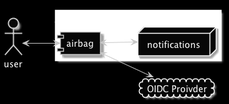
Above: slides/airbag.png in Yshayy/not-my-problem-talk (PlantUML), before the change. Source of this version:
```plantuml
@startuml
skinparam monochrome reverse
left to right direction
actor user

cloud "OIDC Proivder" as IP

frame notificationsPod {
    node notifications
    component "airbag" as airbag
}

airbag <--> IP
user <--> airbag
airbag <--> notifications
@enduml
```
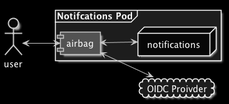
Above is the later version.

Change to the diagram source:
```diff
@@ -1,11 +1,22 @@
 @startuml
 skinparam monochrome reverse
+skinparam frame {
+    backgroundColor Yellow
+}
+skinparam cloud {
+    backgroundColor Yellow
+}
+
+skinparam component{
+    backgroundColor Orange
+}
+
 left to right direction
 actor user
 
 cloud "OIDC Proivder" as IP
 
-frame notificationsPod {
+frame "Notifcations Pod" {
     node notifications
     component "airbag" as airbag
 }
```
